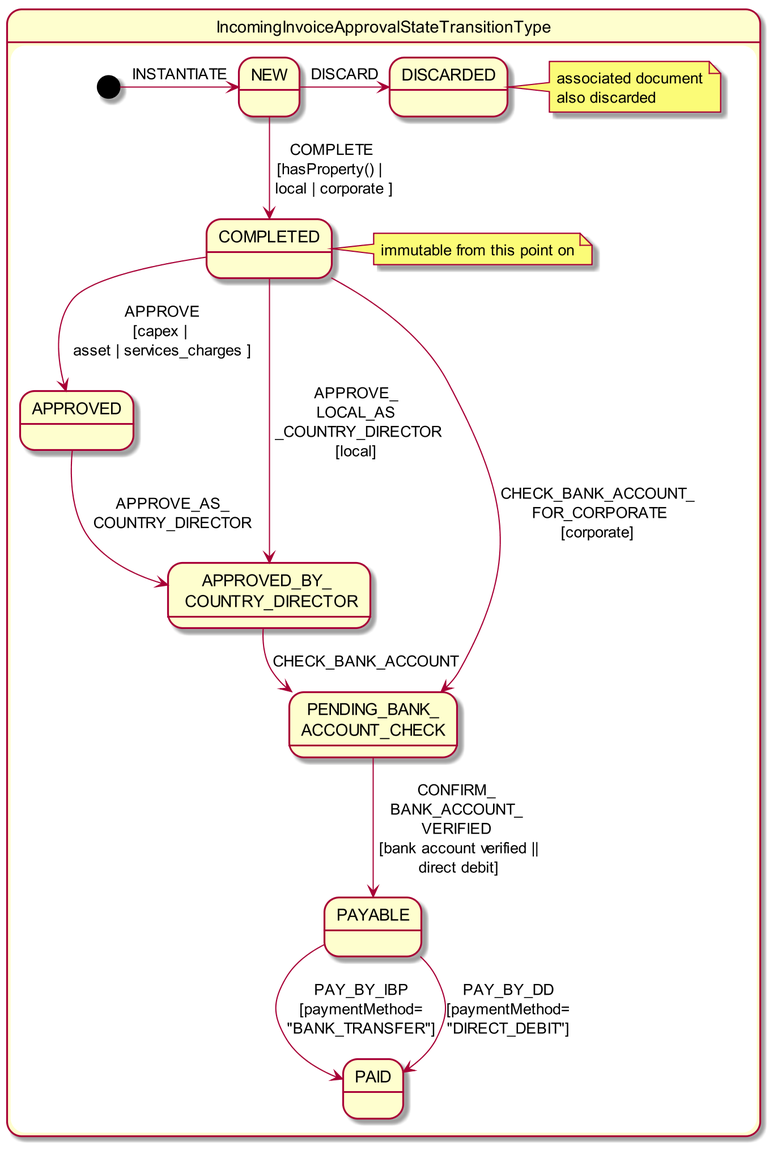
Earlier version of the PlantUML export adocs/documentation/src/main/asciidoc/incoming-invoice-approval-state-chart.png (estatio/estatio).
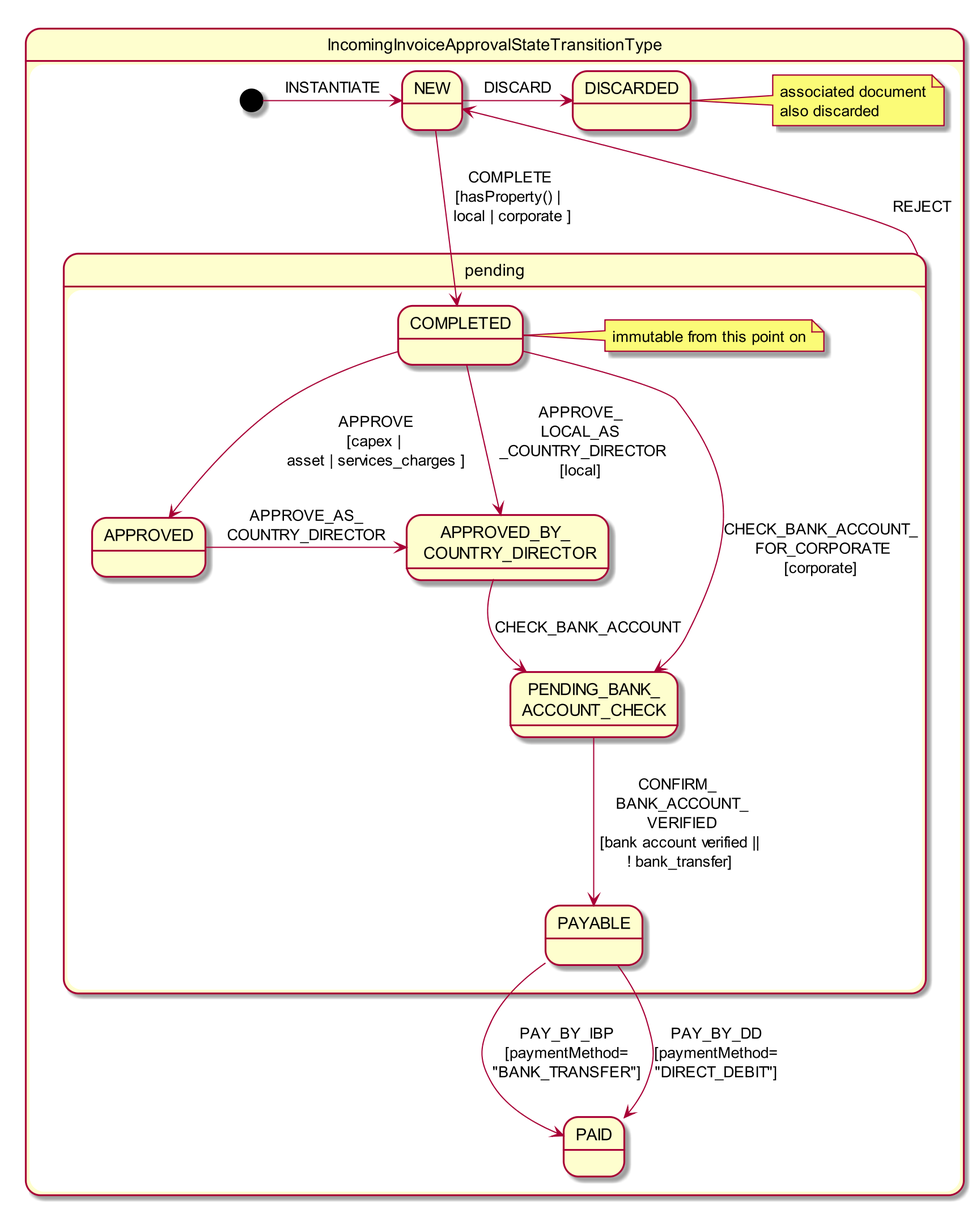
Above is the later version.

The edit, as a diff of the source:
```diff
@@ -5,23 +5,25 @@
 
     state "NEW" as iia_new
 
-    state "COMPLETED" as iia_completed
-    note right of iia_completed: immutable from this point on
-
     state "DISCARDED" as iia_discarded
     note right of iia_discarded: associated document\nalso discarded
 
-    state "APPROVED" as iia_a
-    state "APPROVED_BY_ \n COUNTRY_DIRECTOR" as iia_abcd
+    state "pending" as iia_pp {
+        state "COMPLETED" as iia_completed
+        note right of iia_completed: immutable from this point on
 
-    state "PENDING_BANK_\nACCOUNT_CHECK" as iia_pbac
+        state "APPROVED" as iia_a
+        state "APPROVED_BY_ \n COUNTRY_DIRECTOR" as iia_abcd
 
-    state "PAYABLE" as iia_payable
+        state "PENDING_BANK_\nACCOUNT_CHECK" as iia_pbac
+        state "PAYABLE" as iia_payable
+    }
+
     state "PAID" as iia_paid
 
     [*] -right-> iia_new: INSTANTIATE
 
-    iia_new -down-> iia_completed : COMPLETE\n[hasProperty() | \n local | corporate ]
+    iia_new --> iia_completed : COMPLETE\n[hasProperty() | \n local | corporate ]
     iia_new -right-> iia_discarded : DISCARD
 
     iia_completed --> iia_a : APPROVE\n[capex | \nasset | services_charges ]
@@ -29,12 +31,15 @@
     iia_completed --> iia_abcd : APPROVE_\nLOCAL_AS\n _COUNTRY_DIRECTOR\n[local]
     iia_completed --> iia_pbac : CHECK_BANK_ACCOUNT_\n FOR_CORPORATE\n[corporate]
 
-    iia_a -down-> iia_abcd : APPROVE_AS_\nCOUNTRY_DIRECTOR
+    iia_a -right-> iia_abcd : APPROVE_AS_\nCOUNTRY_DIRECTOR
 
     iia_abcd --> iia_pbac : CHECK_BANK_ACCOUNT
 
-    iia_pbac --> iia_payable : CONFIRM_\nBANK_ACCOUNT_\nVERIFIED\n [bank account verified ||\n direct debit]
+    iia_pp -up-> iia_new: \n  REJECT
+
+    iia_pbac --> iia_payable : CONFIRM_\n  BANK_ACCOUNT_\n  VERIFIED\n [bank account verified ||\n ! bank_transfer]
     iia_payable --> iia_paid: PAY_BY_IBP\n[paymentMethod=\n"BANK_TRANSFER"]
     iia_payable --> iia_paid: PAY_BY_DD\n[paymentMethod=\n"DIRECT_DEBIT"]
+
 }
 @enduml
```
